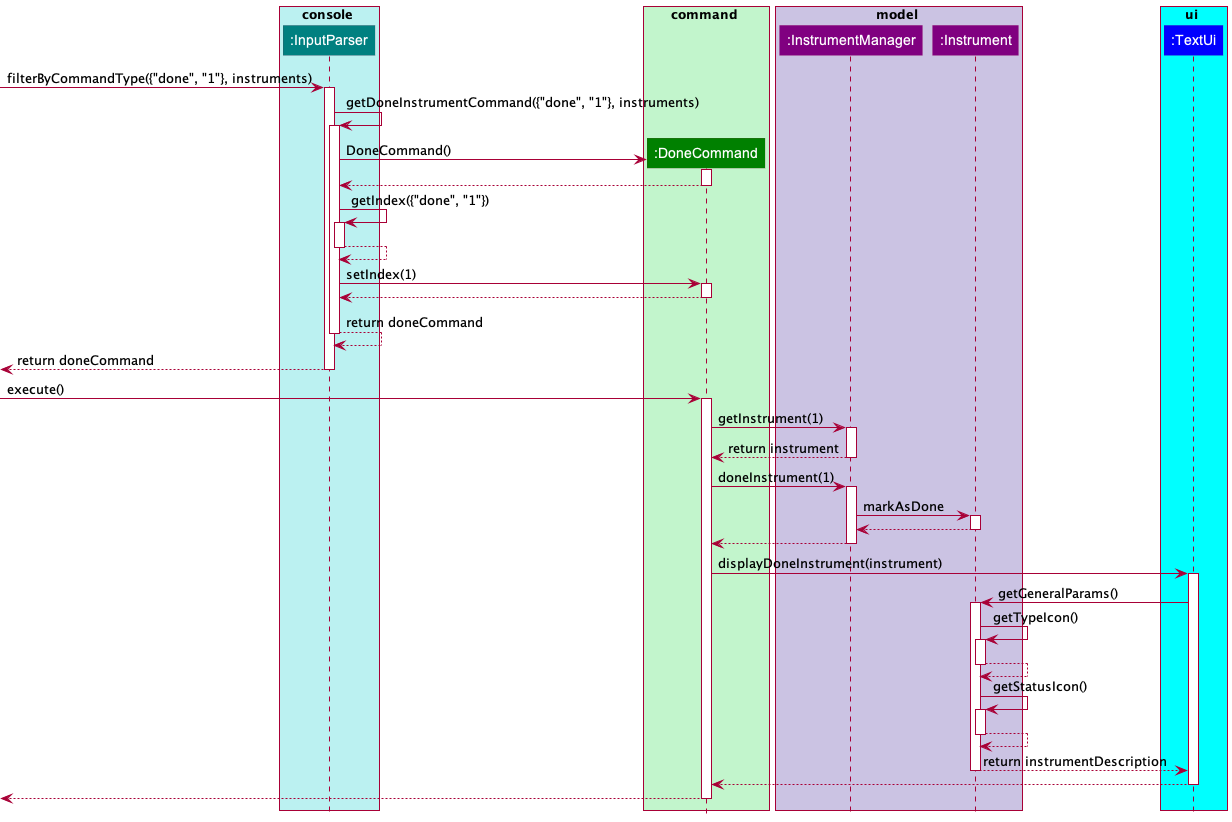
The PlantUML diagram docs/images/DoneCryptoSequenceDiagram.png in williamlamjy/mTracker, before a commit.
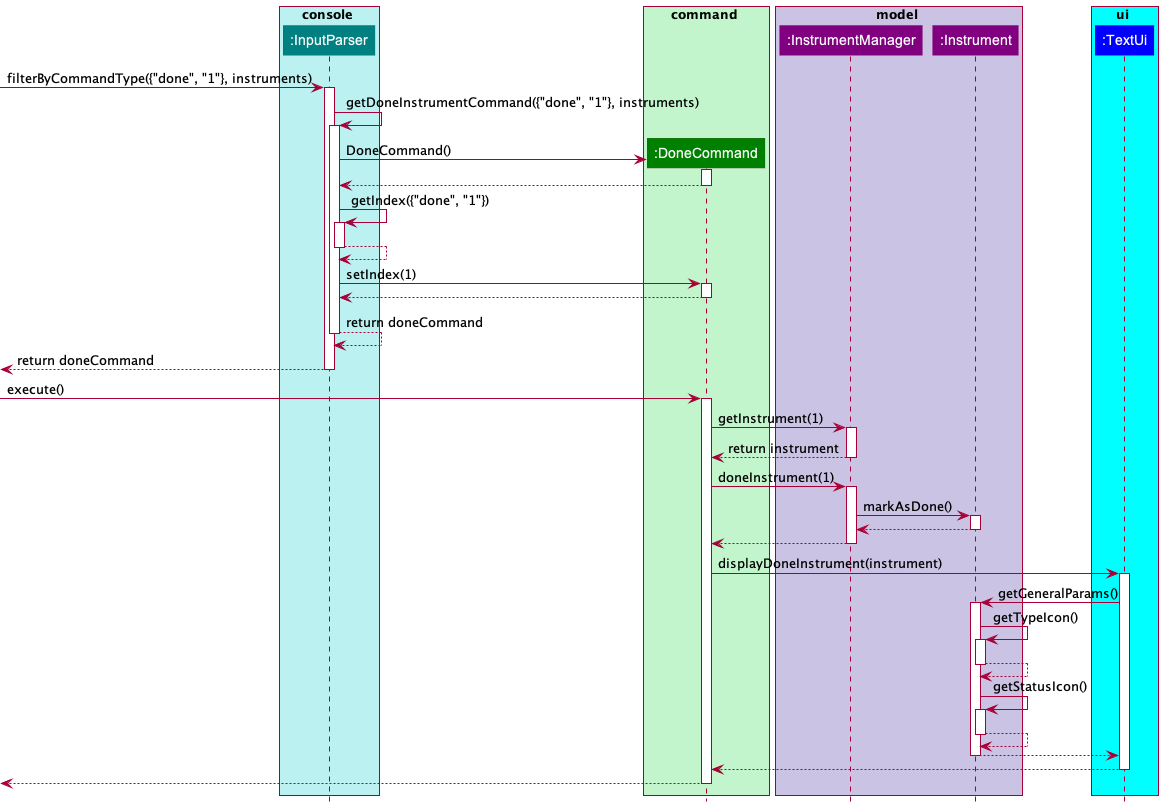
Above is the later version.

Diff of the diagram source:
```diff
@@ -62,7 +62,7 @@
 DoneCommand-> InstrumentManager: doneInstrument(1)
 activate InstrumentManager
 
-InstrumentManager-> Instrument: markAsDone
+InstrumentManager-> Instrument: markAsDone()
 activate Instrument
 
 Instrument--> InstrumentManager
@@ -87,7 +87,7 @@
 Instrument--> Instrument
 deactivate Instrument
 
-Instrument--> TextUi: return instrumentDescription
+Instrument--> TextUi
 deactivate Instrument
 
 TextUi--> DoneCommand
```
